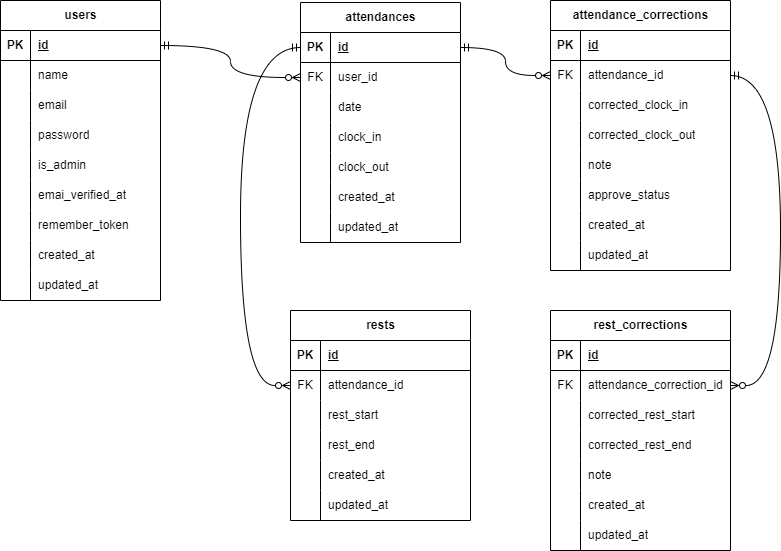
torch29/matsumoto-mogikadai2-attendance keeps this draw.io diagram as ER.png. Above is the earlier version. Source tidied: cells renumbered, new cells last; positions are measured from the earlier drawing's top-left corner, leaving out a move shared by most shapes.
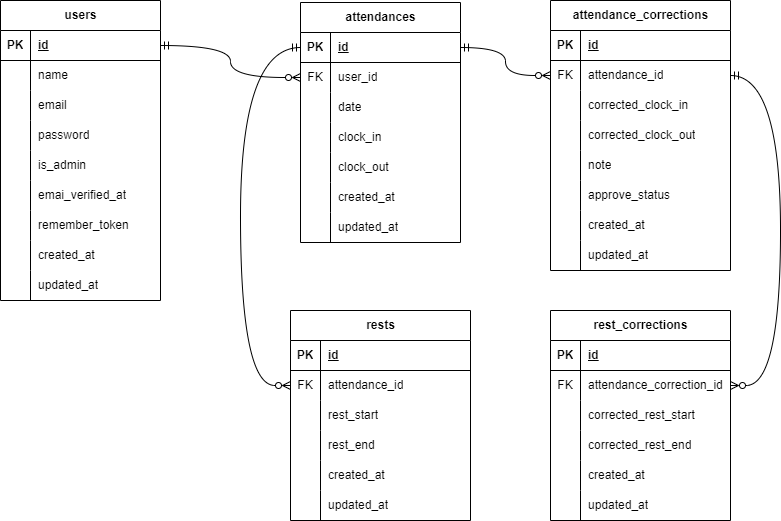
Later version of the same file.

Change to the diagram source:
```diff
@@ -213,7 +213,7 @@
       <mxGeometry relative="1" as="geometry" />
     </mxCell>
     <mxCell id="72" value="rest_corrections" style="shape=table;startSize=30;rowLines=0;fontStyle=1;align=center;html=1;" parent="1" vertex="1">
-      <mxGeometry x="550" y="310" width="180" height="240" as="geometry" />
+      <mxGeometry x="550" y="310" width="180" height="210" as="geometry" />
     </mxCell>
     <mxCell id="73" style="shape=tableRow;horizontal=0;startSize=0;swimlaneHead=0;swimlaneBody=0;fillColor=none;top=0;left=0;right=0;bottom=1;" parent="72" vertex="1">
       <mxGeometry y="30" width="180" height="30" as="geometry" />
@@ -251,17 +251,8 @@
     <mxCell id="84" value="corrected_rest_end" style="shape=partialRectangle;fillColor=none;top=0;left=0;bottom=0;right=0;align=left;spacingLeft=6;overflow=hidden;whiteSpace=wrap;html=1;" parent="82" vertex="1">
       <mxGeometry x="30" width="150" height="30" as="geometry" />
     </mxCell>
-    <mxCell id="85" style="shape=tableRow;horizontal=0;startSize=0;swimlaneHead=0;swimlaneBody=0;fillColor=none;top=0;left=0;right=0;bottom=0;" parent="72" vertex="1">
-      <mxGeometry y="150" width="180" height="30" as="geometry" />
-    </mxCell>
-    <mxCell id="86" style="shape=partialRectangle;fillColor=none;top=0;left=0;bottom=0;right=0;overflow=hidden;whiteSpace=wrap;html=1;" parent="85" vertex="1">
-      <mxGeometry width="30" height="30" as="geometry" />
-    </mxCell>
-    <mxCell id="87" value="note" style="shape=partialRectangle;fillColor=none;top=0;left=0;bottom=0;right=0;align=left;spacingLeft=6;overflow=hidden;whiteSpace=wrap;html=1;" parent="85" vertex="1">
-      <mxGeometry x="30" width="150" height="30" as="geometry" />
-    </mxCell>
     <mxCell id="88" style="shape=tableRow;horizontal=0;startSize=0;swimlaneHead=0;swimlaneBody=0;fillColor=none;top=0;left=0;right=0;bottom=0;" parent="72" vertex="1">
-      <mxGeometry y="180" width="180" height="30" as="geometry" />
+      <mxGeometry y="150" width="180" height="30" as="geometry" />
     </mxCell>
     <mxCell id="89" style="shape=partialRectangle;fillColor=none;top=0;left=0;bottom=0;right=0;overflow=hidden;whiteSpace=wrap;html=1;" parent="88" vertex="1">
       <mxGeometry width="30" height="30" as="geometry" />
@@ -270,7 +261,7 @@
       <mxGeometry x="30" width="150" height="30" as="geometry" />
     </mxCell>
     <mxCell id="91" style="shape=tableRow;horizontal=0;startSize=0;swimlaneHead=0;swimlaneBody=0;fillColor=none;top=0;left=0;right=0;bottom=0;" parent="72" vertex="1">
-      <mxGeometry y="210" width="180" height="30" as="geometry" />
+      <mxGeometry y="180" width="180" height="30" as="geometry" />
     </mxCell>
     <mxCell id="92" style="shape=partialRectangle;fillColor=none;top=0;left=0;bottom=0;right=0;overflow=hidden;whiteSpace=wrap;html=1;" parent="91" vertex="1">
       <mxGeometry width="30" height="30" as="geometry" />
```
